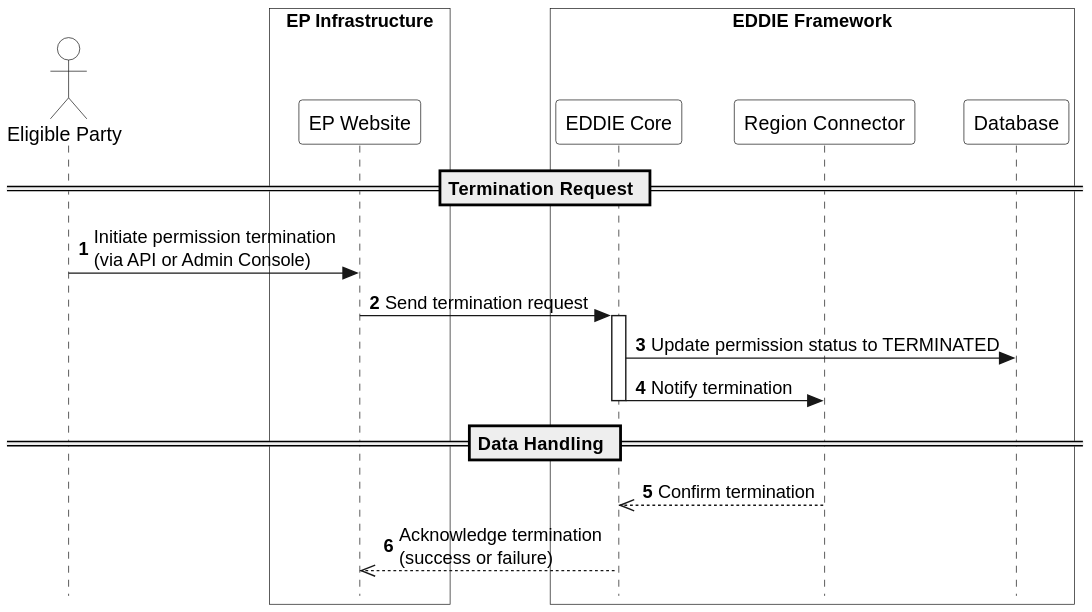
eddie-energy/architecture keeps this PlantUML diagram as arc42/eddie-framework/runtime-view/figures/eddie-framework-terminate-permission.svg. Above is the earlier version.
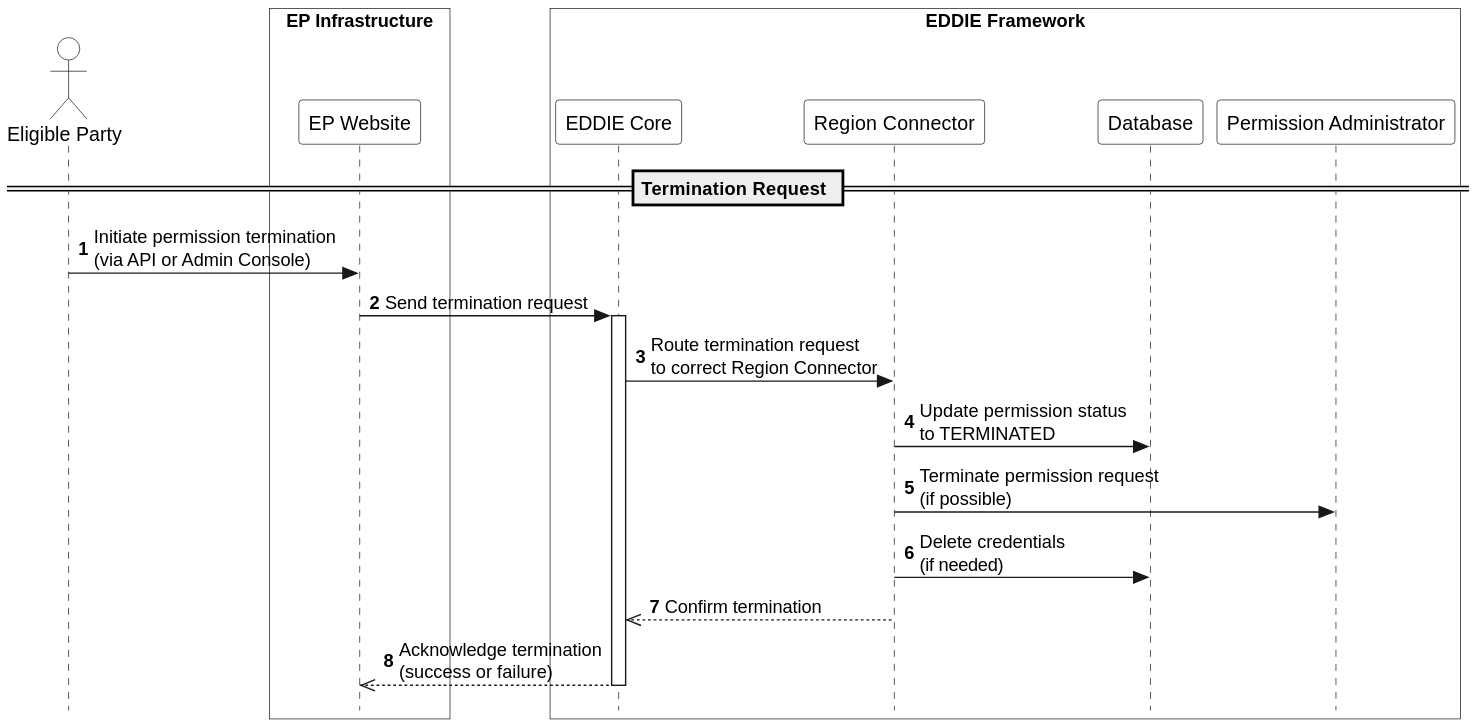
The same diagram one commit later.

Commit message:
Part of #126: Added missing steps in workflow 5.

The edit, as a diff of the source:
```diff
@@ -18,17 +18,18 @@
   participant "EDDIE Core" as eddie
   participant "Region Connector" as rc
   participant "Database" as db
+  participant "Permission Administrator" as pa
 end box
 
 == Termination Request ==
 ep -> epInterface : Initiate permission termination\n(via API or Admin Console)
 epInterface -> eddie : Send termination request
 activate eddie
-eddie -> db : Update permission status to TERMINATED
-eddie -> rc : Notify termination
-deactivate eddie
-
-== Data Handling ==
+eddie -> rc : Route termination request\nto correct Region Connector
+rc -> db : Update permission status\nto TERMINATED
+rc -> pa : Terminate permission request\n(if possible)
+rc -> db : Delete credentials\n(if needed)
 rc -->> eddie : Confirm termination
 eddie -->> epInterface : Acknowledge termination\n(success or failure)
+deactivate eddie
 @enduml
```
